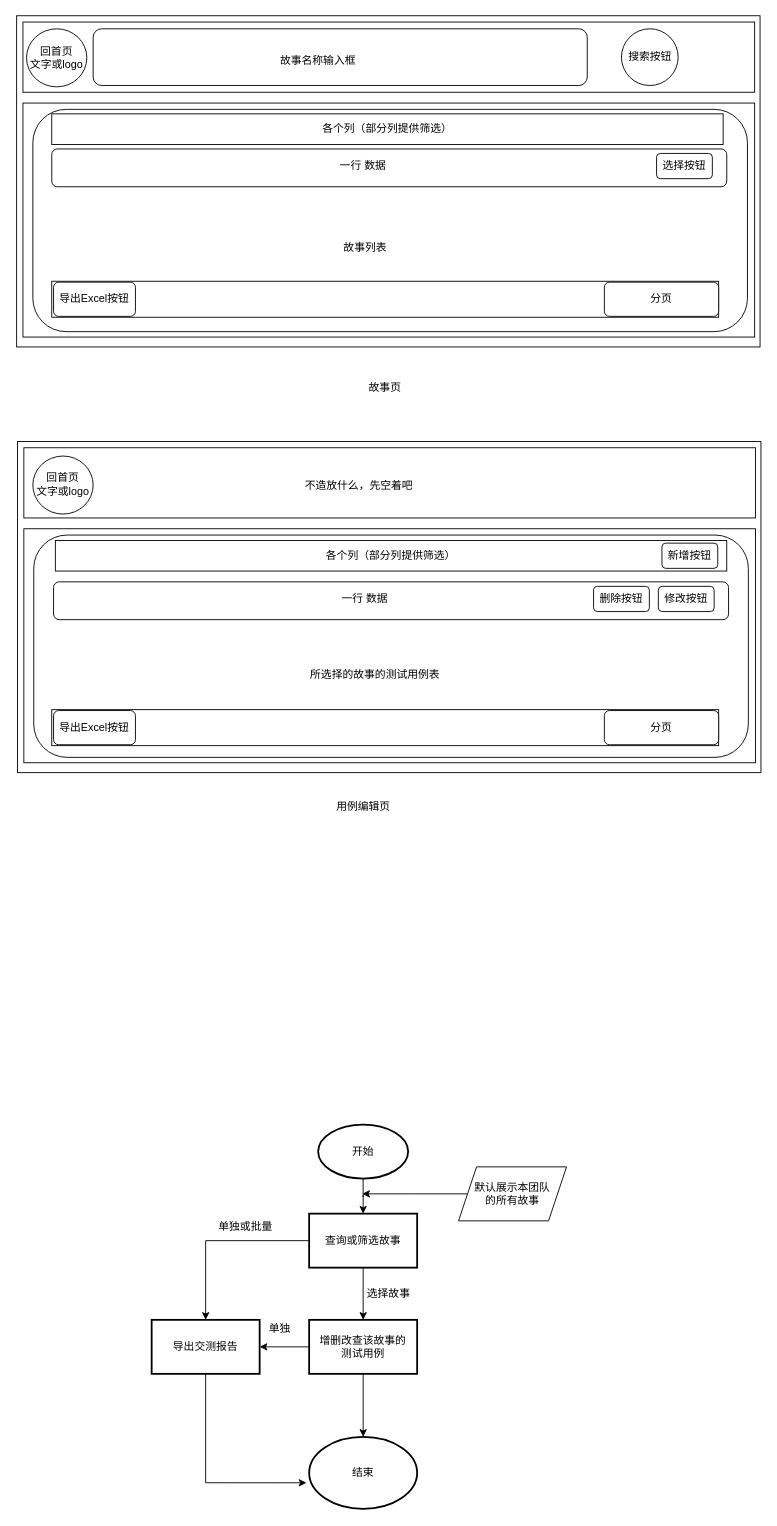
Before: DrawIO/Untitled Diagram.drawio in LancePeng42/Pic-Bed, a draw.io diagram. Source tidied: cells renumbered, new cells numbered last; positions are measured from the earlier drawing's top-left corner, leaving out a move shared by most shapes. Both pictures are drawn from the tidied source at 90%, with x=0, y=0 at pixel (16, 15).
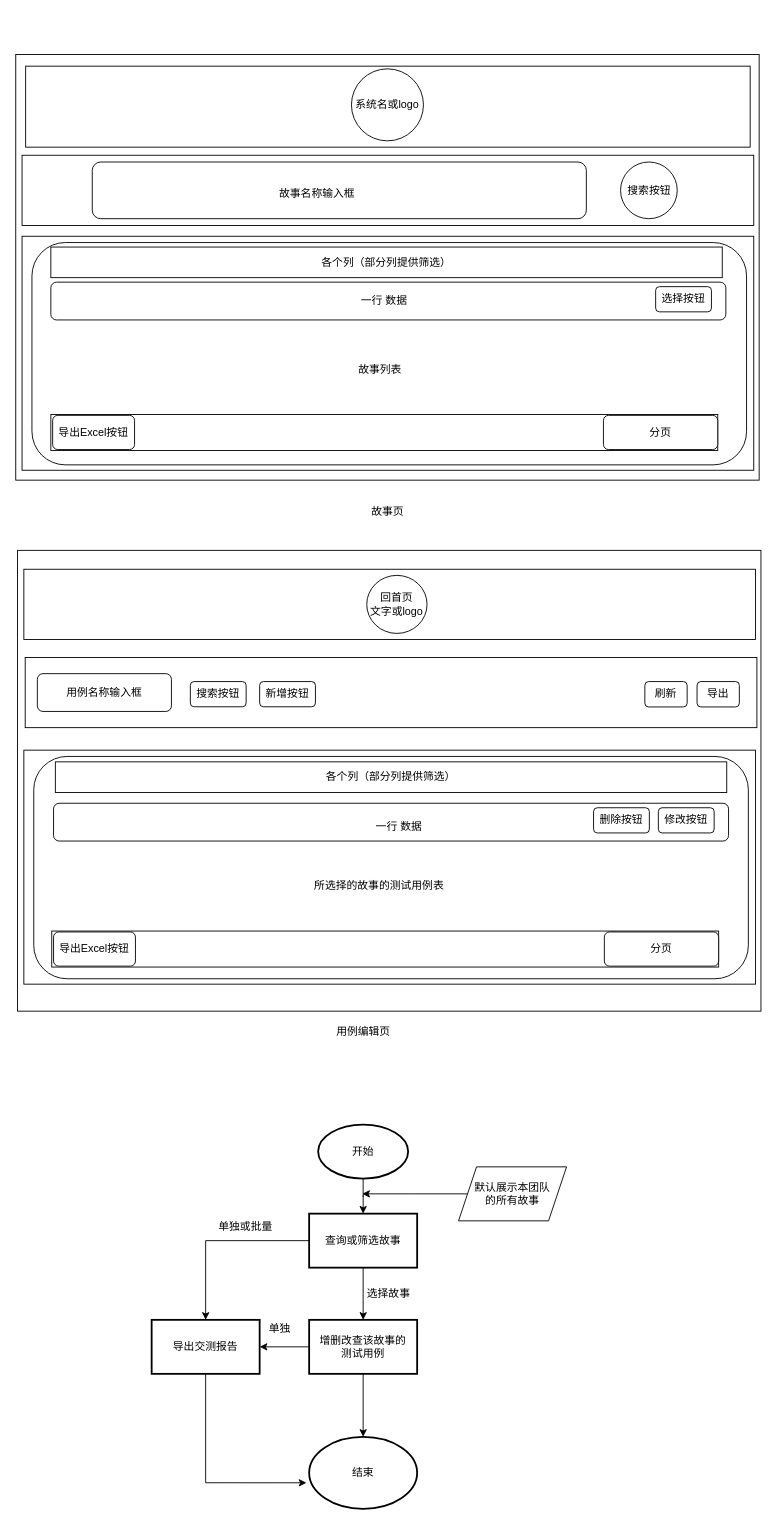
After the change.

Commit message:
更新页面布局

Change to the diagram source:
```diff
@@
     <mxCell id="2" style="rounded=0;whiteSpace=wrap;html=1;" parent="1" vertex="1">
-      <mxGeometry width="826" height="368" as="geometry" />
+      <mxGeometry x="-1" y="43" width="826" height="473" as="geometry" />
     </mxCell>
     <mxCell id="3" style="rounded=0;whiteSpace=wrap;html=1;" parent="1" vertex="1">
-      <mxGeometry x="7" y="7" width="813" height="78" as="geometry" />
+      <mxGeometry x="6" y="155" width="813" height="78" as="geometry" />
     </mxCell>
     <mxCell id="4" style="rounded=1;whiteSpace=wrap;html=1;" parent="1" vertex="1">
-      <mxGeometry x="85" y="14.5" width="549" height="63" as="geometry" />
+      <mxGeometry x="84" y="162.5" width="549" height="63" as="geometry" />
     </mxCell>
     <mxCell id="5" style="ellipse;whiteSpace=wrap;html=1;" parent="1" vertex="1">
-      <mxGeometry x="672" y="14.5" width="63" height="63" as="geometry" />
+      <mxGeometry x="671" y="162.5" width="63" height="63" as="geometry" />
     </mxCell>
     <mxCell id="6" style="rounded=0;whiteSpace=wrap;html=1;" parent="1" vertex="1">
-      <mxGeometry x="7" y="97" width="813" height="260" as="geometry" />
+      <mxGeometry x="6" y="245" width="813" height="260" as="geometry" />
     </mxCell>
     <mxCell id="7" style="rounded=1;whiteSpace=wrap;html=1;" parent="1" vertex="1">
-      <mxGeometry x="18" y="104" width="794" height="247" as="geometry" />
+      <mxGeometry x="17" y="252" width="794" height="247" as="geometry" />
     </mxCell>
     <mxCell id="8" value="故事名称输入框" style="text;html=1;strokeColor=none;fillColor=none;align=center;verticalAlign=middle;whiteSpace=wrap;rounded=0;" parent="1" vertex="1">
-      <mxGeometry x="135.5" y="31" width="398" height="38" as="geometry" />
+      <mxGeometry x="134.5" y="179" width="398" height="38" as="geometry" />
     </mxCell>
     <mxCell id="9" value="搜索按钮" style="text;html=1;strokeColor=none;fillColor=none;align=center;verticalAlign=middle;whiteSpace=wrap;rounded=0;" parent="1" vertex="1">
-      <mxGeometry x="677.5" y="34.5" width="52" height="23" as="geometry" />
+      <mxGeometry x="676.5" y="182.5" width="52" height="23" as="geometry" />
     </mxCell>
     <mxCell id="10" value="故事列表" style="text;html=1;strokeColor=none;fillColor=none;align=center;verticalAlign=middle;whiteSpace=wrap;rounded=0;" parent="1" vertex="1">
-      <mxGeometry x="92" y="217" width="591" height="81" as="geometry" />
+      <mxGeometry x="215" y="362" width="378" height="62" as="geometry" />
     </mxCell>
     <mxCell id="11" style="rounded=0;whiteSpace=wrap;html=1;" parent="1" vertex="1">
-      <mxGeometry x="1" y="473" width="826" height="368" as="geometry" />
+      <mxGeometry x="1" y="594" width="826" height="512" as="geometry" />
     </mxCell>
     <mxCell id="12" style="rounded=0;whiteSpace=wrap;html=1;" parent="1" vertex="1">
-      <mxGeometry x="8" y="480" width="813" height="78" as="geometry" />
+      <mxGeometry x="8" y="615" width="813" height="78" as="geometry" />
     </mxCell>
     <mxCell id="13" style="rounded=0;whiteSpace=wrap;html=1;" parent="1" vertex="1">
-      <mxGeometry x="8" y="570" width="813" height="260" as="geometry" />
+      <mxGeometry x="8" y="816" width="813" height="260" as="geometry" />
     </mxCell>
     <mxCell id="14" style="rounded=1;whiteSpace=wrap;html=1;" parent="1" vertex="1">
-      <mxGeometry x="19" y="577" width="794" height="247" as="geometry" />
+      <mxGeometry x="19" y="823" width="794" height="247" as="geometry" />
     </mxCell>
     <mxCell id="15" value="所选择的故事的测试用例表" style="text;html=1;strokeColor=none;fillColor=none;align=center;verticalAlign=middle;whiteSpace=wrap;rounded=0;" parent="1" vertex="1">
-      <mxGeometry x="101" y="683" width="595" height="97" as="geometry" />
+      <mxGeometry x="236" y="933" width="334" height="68" as="geometry" />
     </mxCell>
-    <mxCell id="16" value="不造放什么，先空着吧" style="text;html=1;strokeColor=none;fillColor=none;align=center;verticalAlign=middle;whiteSpace=wrap;rounded=0;" parent="1" vertex="1">
-      <mxGeometry x="159" y="497" width="443" height="49" as="geometry" />
-    </mxCell>
     <mxCell id="17" value="各个列（部分列提供筛选）" style="rounded=0;whiteSpace=wrap;html=1;" parent="1" vertex="1">
-      <mxGeometry x="39" y="109" width="746" height="34" as="geometry" />
+      <mxGeometry x="38" y="257" width="746" height="34" as="geometry" />
     </mxCell>
     <mxCell id="18" style="rounded=1;whiteSpace=wrap;html=1;" parent="1" vertex="1">
-      <mxGeometry x="39" y="148" width="750" height="42" as="geometry" />
+      <mxGeometry x="38" y="296" width="750" height="42" as="geometry" />
     </mxCell>
     <mxCell id="19" value="选择按钮" style="rounded=1;whiteSpace=wrap;html=1;" parent="1" vertex="1">
-      <mxGeometry x="711" y="153" width="62" height="28" as="geometry" />
+      <mxGeometry x="710" y="301" width="62" height="28" as="geometry" />
     </mxCell>
     <mxCell id="20" value="一行 数据" style="text;html=1;strokeColor=none;fillColor=none;align=center;verticalAlign=middle;whiteSpace=wrap;rounded=0;" parent="1" vertex="1">
-      <mxGeometry x="67" y="155.5" width="636" height="23" as="geometry" />
+      <mxGeometry x="269" y="303.2" width="279" height="27.5" as="geometry" />
     </mxCell>
     <mxCell id="21" value="各个列（部分列提供筛选）" style="rounded=0;whiteSpace=wrap;html=1;" parent="1" vertex="1">
-      <mxGeometry x="43" y="583" width="746" height="34" as="geometry" />
+      <mxGeometry x="43" y="829" width="746" height="34" as="geometry" />
     </mxCell>
     <mxCell id="22" style="rounded=1;whiteSpace=wrap;html=1;" parent="1" vertex="1">
-      <mxGeometry x="41" y="629" width="750" height="42" as="geometry" />
+      <mxGeometry x="41" y="875" width="750" height="42" as="geometry" />
     </mxCell>
     <mxCell id="23" value="修改按钮" style="rounded=1;whiteSpace=wrap;html=1;" parent="1" vertex="1">
-      <mxGeometry x="713" y="634" width="62" height="28" as="geometry" />
+      <mxGeometry x="713" y="880" width="62" height="28" as="geometry" />
     </mxCell>
     <mxCell id="24" value="一行 数据" style="text;html=1;strokeColor=none;fillColor=none;align=center;verticalAlign=middle;whiteSpace=wrap;rounded=0;" parent="1" vertex="1">
-      <mxGeometry x="69" y="636.5" width="636" height="23" as="geometry" />
+      <mxGeometry x="295" y="890" width="260" height="22.5" as="geometry" />
     </mxCell>
     <mxCell id="25" value="删除按钮" style="rounded=1;whiteSpace=wrap;html=1;" parent="1" vertex="1">
-      <mxGeometry x="641" y="634" width="62" height="28" as="geometry" />
+      <mxGeometry x="641" y="880" width="62" height="28" as="geometry" />
     </mxCell>
-    <mxCell id="26" value="新增按钮" style="rounded=1;whiteSpace=wrap;html=1;" parent="1" vertex="1">
-      <mxGeometry x="717" y="586" width="62" height="28" as="geometry" />
-    </mxCell>
     <mxCell id="27" style="rounded=0;whiteSpace=wrap;html=1;" parent="1" vertex="1">
-      <mxGeometry x="39" y="295" width="741" height="40" as="geometry" />
+      <mxGeometry x="38" y="443" width="741" height="40" as="geometry" />
     </mxCell>
     <mxCell id="28" value="导出Excel按钮" style="rounded=1;whiteSpace=wrap;html=1;" parent="1" vertex="1">
-      <mxGeometry x="41" y="296" width="91" height="38" as="geometry" />
+      <mxGeometry x="40" y="444" width="91" height="38" as="geometry" />
     </mxCell>
     <mxCell id="29" value="分页" style="rounded=1;whiteSpace=wrap;html=1;" parent="1" vertex="1">
-      <mxGeometry x="653" y="296" width="127" height="38" as="geometry" />
+      <mxGeometry x="652" y="444" width="127" height="38" as="geometry" />
     </mxCell>
     <mxCell id="30" style="rounded=0;whiteSpace=wrap;html=1;" parent="1" vertex="1">
-      <mxGeometry x="39" y="771" width="741" height="40" as="geometry" />
+      <mxGeometry x="39" y="1017" width="741" height="40" as="geometry" />
     </mxCell>
     <mxCell id="31" value="导出Excel按钮" style="rounded=1;whiteSpace=wrap;html=1;" parent="1" vertex="1">
-      <mxGeometry x="41" y="772" width="91" height="38" as="geometry" />
+      <mxGeometry x="41" y="1018" width="91" height="38" as="geometry" />
     </mxCell>
     <mxCell id="32" value="分页" style="rounded=1;whiteSpace=wrap;html=1;" parent="1" vertex="1">
-      <mxGeometry x="653" y="772" width="127" height="38" as="geometry" />
+      <mxGeometry x="653" y="1018" width="127" height="38" as="geometry" />
     </mxCell>
     <mxCell id="33" value="故事页" style="text;html=1;strokeColor=none;fillColor=none;align=center;verticalAlign=middle;whiteSpace=wrap;rounded=0;" parent="1" vertex="1">
-      <mxGeometry x="357" y="398" width="105" height="30" as="geometry" />
+      <mxGeometry x="359.5" y="536" width="105" height="30" as="geometry" />
     </mxCell>
     <mxCell id="34" value="用例编辑页" style="text;html=1;strokeColor=none;fillColor=none;align=center;verticalAlign=middle;whiteSpace=wrap;rounded=0;" parent="1" vertex="1">
-      <mxGeometry x="332.5" y="864" width="105" height="30" as="geometry" />
+      <mxGeometry x="332.5" y="1114" width="105" height="30" as="geometry" />
     </mxCell>
-    <mxCell id="35" value="回首页&lt;br&gt;文字或logo" style="ellipse;whiteSpace=wrap;html=1;" parent="1" vertex="1">
-      <mxGeometry x="11" y="14.5" width="67" height="64.5" as="geometry" />
-    </mxCell>
     <mxCell id="36" value="回首页&lt;br&gt;文字或logo" style="ellipse;whiteSpace=wrap;html=1;" parent="1" vertex="1">
-      <mxGeometry x="18" y="489.2" width="67" height="64.5" as="geometry" />
+      <mxGeometry x="389" y="621.8" width="67" height="64.5" as="geometry" />
     </mxCell>
@@
+    <mxCell id="53" style="rounded=0;whiteSpace=wrap;html=1;" parent="1" vertex="1">
+      <mxGeometry x="9.5" y="713" width="813" height="78" as="geometry" />
+    </mxCell>
+    <mxCell id="26" value="新增按钮" style="rounded=1;whiteSpace=wrap;html=1;" parent="1" vertex="1">
+      <mxGeometry x="270" y="739.8" width="62" height="28" as="geometry" />
+    </mxCell>
+    <mxCell id="54" value="&lt;span&gt;用例名称输入框&lt;/span&gt;" style="rounded=1;whiteSpace=wrap;html=1;" parent="1" vertex="1">
+      <mxGeometry x="23" y="731" width="149" height="42" as="geometry" />
+    </mxCell>
+    <mxCell id="55" value="搜索按钮" style="rounded=1;whiteSpace=wrap;html=1;" parent="1" vertex="1">
+      <mxGeometry x="193" y="739.8" width="62" height="28" as="geometry" />
+    </mxCell>
+    <mxCell id="56" value="刷新" style="rounded=1;whiteSpace=wrap;html=1;" parent="1" vertex="1">
+      <mxGeometry x="698" y="739.8" width="47" height="28.2" as="geometry" />
+    </mxCell>
+    <mxCell id="57" value="导出" style="rounded=1;whiteSpace=wrap;html=1;" parent="1" vertex="1">
+      <mxGeometry x="756" y="739.8" width="47" height="28.2" as="geometry" />
+    </mxCell>
+    <mxCell id="58" style="rounded=0;whiteSpace=wrap;html=1;" parent="1" vertex="1">
+      <mxGeometry x="10" y="56" width="805" height="90" as="geometry" />
+    </mxCell>
+    <mxCell id="59" value="系统名或logo" style="ellipse;whiteSpace=wrap;html=1;" parent="1" vertex="1">
+      <mxGeometry x="372" y="59" width="80" height="80" as="geometry" />
+    </mxCell>
```
